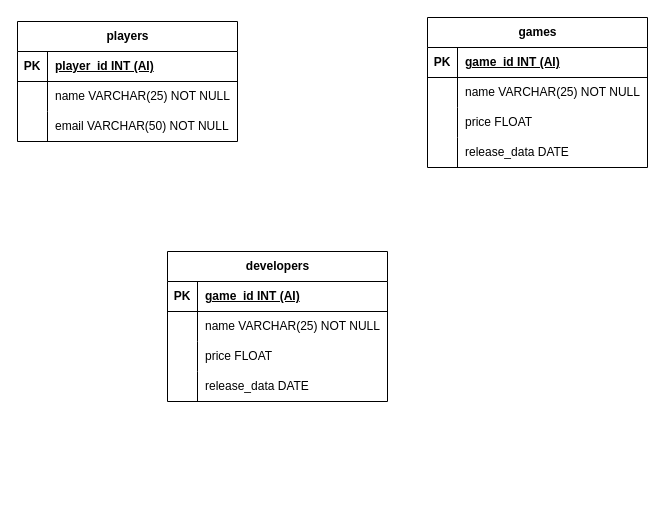
Above: livecodeP3W4.drawio in suryasaputra2016/YourFirstSite (draw.io), before the change. Source tidied: cells renumbered, new cells numbered last; positions are measured from the earlier drawing's top-left corner, leaving out a move shared by most shapes. Both pictures are drawn from the tidied source at 100%, with x=0, y=0 at pixel (17, 17).
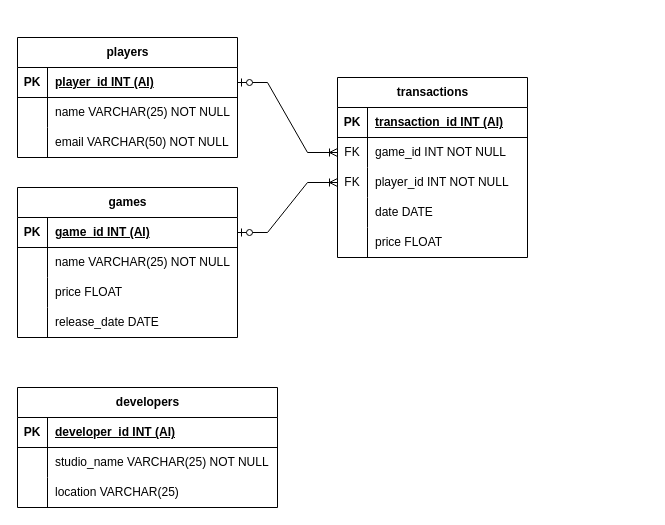
After the change.

Unchanged cells that the change refers to:
```xml
<mxCell id="3" style="shape=tableRow;horizontal=0;startSize=0;swimlaneHead=0;swimlaneBody=0;fillColor=none;points=[[0,0.5],[1,0.5]];portConstraint=eastwest;top=0;left=0;right=0;bottom=1;" parent="2" vertex="1">
  <mxGeometry y="30" width="220" height="30" as="geometry" />
</mxCell>
<mxCell id="12" style="shape=tableRow;horizontal=0;startSize=0;swimlaneHead=0;swimlaneBody=0;fillColor=none;top=0;left=0;right=0;bottom=0;" parent="2" vertex="1">
  <mxGeometry y="120" width="220" height="30" as="geometry" />
</mxCell>
<mxCell id="16" style="shape=tableRow;horizontal=0;startSize=0;swimlaneHead=0;swimlaneBody=0;fillColor=none;points=[[0,0.5],[1,0.5]];portConstraint=eastwest;top=0;left=0;right=0;bottom=1;" parent="15" vertex="1">
  <mxGeometry y="30" width="220" height="30" as="geometry" />
</mxCell>
```

What changed in the source:
```diff
@@
     <mxCell id="2" value="games" style="shape=table;startSize=30;childLayout=tableLayout;rowLines=0;fontStyle=1;align=center;html=1;" parent="1" vertex="1">
-      <mxGeometry x="410" width="220" height="150" as="geometry" />
+      <mxGeometry y="170" width="220" height="150" as="geometry" />
     </mxCell>
@@
-    <mxCell id="14" value="release_data DATE" style="shape=partialRectangle;fillColor=none;top=0;left=0;bottom=0;right=0;align=left;spacingLeft=6;overflow=hidden;whiteSpace=wrap;html=1;" parent="12" vertex="1">
+    <mxCell id="14" value="release_date DATE" style="shape=partialRectangle;fillColor=none;top=0;left=0;bottom=0;right=0;align=left;spacingLeft=6;overflow=hidden;whiteSpace=wrap;html=1;" parent="12" vertex="1">
       <mxGeometry x="30" width="190" height="30" as="geometry" />
     </mxCell>
     <mxCell id="15" value="players" style="shape=table;startSize=30;childLayout=tableLayout;rowLines=0;fontStyle=1;align=center;html=1;" parent="1" vertex="1">
-      <mxGeometry y="4" width="220" height="120" as="geometry" />
+      <mxGeometry y="20" width="220" height="120" as="geometry" />
     </mxCell>
@@
     <mxCell id="25" value="developers" style="shape=table;startSize=30;childLayout=tableLayout;rowLines=0;fontStyle=1;align=center;html=1;" parent="1" vertex="1">
-      <mxGeometry x="150" y="234" width="220" height="150" as="geometry" />
+      <mxGeometry y="370" width="260" height="120" as="geometry" />
     </mxCell>
     <mxCell id="26" style="shape=tableRow;horizontal=0;startSize=0;swimlaneHead=0;swimlaneBody=0;fillColor=none;top=0;left=0;right=0;bottom=1;" parent="25" vertex="1">
-      <mxGeometry y="30" width="220" height="30" as="geometry" />
+      <mxGeometry y="30" width="260" height="30" as="geometry" />
     </mxCell>
@@
-    <mxCell id="28" value="game_id INT (AI)" style="shape=partialRectangle;fillColor=none;top=0;left=0;bottom=0;right=0;align=left;spacingLeft=6;fontStyle=5;overflow=hidden;whiteSpace=wrap;html=1;" parent="26" vertex="1">
-      <mxGeometry x="30" width="190" height="30" as="geometry" />
+    <mxCell id="28" value="developer_id INT (AI)" style="shape=partialRectangle;fillColor=none;top=0;left=0;bottom=0;right=0;align=left;spacingLeft=6;fontStyle=5;overflow=hidden;whiteSpace=wrap;html=1;" parent="26" vertex="1">
+      <mxGeometry x="30" width="230" height="30" as="geometry" />
     </mxCell>
     <mxCell id="29" style="shape=tableRow;horizontal=0;startSize=0;swimlaneHead=0;swimlaneBody=0;fillColor=none;top=0;left=0;right=0;bottom=0;" parent="25" vertex="1">
-      <mxGeometry y="60" width="220" height="30" as="geometry" />
+      <mxGeometry y="60" width="260" height="30" as="geometry" />
     </mxCell>
@@
-    <mxCell id="31" value="name VARCHAR(25) NOT NULL" style="shape=partialRectangle;fillColor=none;top=0;left=0;bottom=0;right=0;align=left;spacingLeft=6;overflow=hidden;whiteSpace=wrap;html=1;" parent="29" vertex="1">
-      <mxGeometry x="30" width="190" height="30" as="geometry" />
+    <mxCell id="31" value="studio_name VARCHAR(25) NOT NULL" style="shape=partialRectangle;fillColor=none;top=0;left=0;bottom=0;right=0;align=left;spacingLeft=6;overflow=hidden;whiteSpace=wrap;html=1;" parent="29" vertex="1">
+      <mxGeometry x="30" width="230" height="30" as="geometry" />
     </mxCell>
     <mxCell id="32" style="shape=tableRow;horizontal=0;startSize=0;swimlaneHead=0;swimlaneBody=0;fillColor=none;top=0;left=0;right=0;bottom=0;" parent="25" vertex="1">
-      <mxGeometry y="90" width="220" height="30" as="geometry" />
+      <mxGeometry y="90" width="260" height="30" as="geometry" />
     </mxCell>
@@
-    <mxCell id="34" value="price FLOAT" style="shape=partialRectangle;fillColor=none;top=0;left=0;bottom=0;right=0;align=left;spacingLeft=6;overflow=hidden;whiteSpace=wrap;html=1;" parent="32" vertex="1">
-      <mxGeometry x="30" width="190" height="30" as="geometry" />
+    <mxCell id="34" value="location VARCHAR(25)" style="shape=partialRectangle;fillColor=none;top=0;left=0;bottom=0;right=0;align=left;spacingLeft=6;overflow=hidden;whiteSpace=wrap;html=1;" parent="32" vertex="1">
+      <mxGeometry x="30" width="230" height="30" as="geometry" />
     </mxCell>
-    <mxCell id="35" style="shape=tableRow;horizontal=0;startSize=0;swimlaneHead=0;swimlaneBody=0;fillColor=none;top=0;left=0;right=0;bottom=0;" parent="25" vertex="1">
-      <mxGeometry y="120" width="220" height="30" as="geometry" />
-    </mxCell>
-    <mxCell id="36" style="shape=partialRectangle;fillColor=none;top=0;left=0;bottom=0;right=0;overflow=hidden;whiteSpace=wrap;html=1;" parent="35" vertex="1">
-      <mxGeometry width="30" height="30" as="geometry" />
-    </mxCell>
-    <mxCell id="37" value="release_data DATE" style="shape=partialRectangle;fillColor=none;top=0;left=0;bottom=0;right=0;align=left;spacingLeft=6;overflow=hidden;whiteSpace=wrap;html=1;" parent="35" vertex="1">
-      <mxGeometry x="30" width="190" height="30" as="geometry" />
-    </mxCell>
+    <mxCell id="38" value="transactions" style="shape=table;startSize=30;childLayout=tableLayout;rowLines=0;fontStyle=1;align=center;html=1;" parent="1" vertex="1">
+      <mxGeometry x="320" y="60" width="190" height="180" as="geometry" />
+    </mxCell>
+    <mxCell id="39" style="shape=tableRow;horizontal=0;startSize=0;swimlaneHead=0;swimlaneBody=0;fillColor=none;top=0;left=0;right=0;bottom=1;" parent="38" vertex="1">
+      <mxGeometry y="30" width="190" height="30" as="geometry" />
+    </mxCell>
+    <mxCell id="40" value="PK" style="shape=partialRectangle;fillColor=none;top=0;left=0;bottom=0;right=0;fontStyle=1;overflow=hidden;whiteSpace=wrap;html=1;" parent="39" vertex="1">
+      <mxGeometry width="30" height="30" as="geometry" />
+    </mxCell>
+    <mxCell id="41" value="transaction_id INT (AI)" style="shape=partialRectangle;fillColor=none;top=0;left=0;bottom=0;right=0;align=left;spacingLeft=6;fontStyle=5;overflow=hidden;whiteSpace=wrap;html=1;" parent="39" vertex="1">
+      <mxGeometry x="30" width="160" height="30" as="geometry" />
+    </mxCell>
+    <mxCell id="42" style="shape=tableRow;horizontal=0;startSize=0;swimlaneHead=0;swimlaneBody=0;fillColor=none;points=[[0,0.5],[1,0.5]];portConstraint=eastwest;top=0;left=0;right=0;bottom=0;" parent="38" vertex="1">
+      <mxGeometry y="60" width="190" height="30" as="geometry" />
+    </mxCell>
+    <mxCell id="43" value="FK" style="shape=partialRectangle;fillColor=none;top=0;left=0;bottom=0;right=0;overflow=hidden;whiteSpace=wrap;html=1;" parent="42" vertex="1">
+      <mxGeometry width="30" height="30" as="geometry" />
+    </mxCell>
+    <mxCell id="44" value="game_id INT NOT NULL" style="shape=partialRectangle;fillColor=none;top=0;left=0;bottom=0;right=0;align=left;spacingLeft=6;overflow=hidden;whiteSpace=wrap;html=1;" parent="42" vertex="1">
+      <mxGeometry x="30" width="160" height="30" as="geometry" />
+    </mxCell>
+    <mxCell id="45" style="shape=tableRow;horizontal=0;startSize=0;swimlaneHead=0;swimlaneBody=0;fillColor=none;points=[[0,0.5],[1,0.5]];portConstraint=eastwest;top=0;left=0;right=0;bottom=0;" parent="38" vertex="1">
+      <mxGeometry y="90" width="190" height="30" as="geometry" />
+    </mxCell>
+    <mxCell id="46" value="FK" style="shape=partialRectangle;fillColor=none;top=0;left=0;bottom=0;right=0;overflow=hidden;whiteSpace=wrap;html=1;" parent="45" vertex="1">
+      <mxGeometry width="30" height="30" as="geometry" />
+    </mxCell>
+    <mxCell id="47" value="player_id INT NOT NULL" style="shape=partialRectangle;fillColor=none;top=0;left=0;bottom=0;right=0;align=left;spacingLeft=6;overflow=hidden;whiteSpace=wrap;html=1;" parent="45" vertex="1">
+      <mxGeometry x="30" width="160" height="30" as="geometry" />
+    </mxCell>
+    <mxCell id="48" style="shape=tableRow;horizontal=0;startSize=0;swimlaneHead=0;swimlaneBody=0;fillColor=none;top=0;left=0;right=0;bottom=0;" parent="38" vertex="1">
+      <mxGeometry y="120" width="190" height="30" as="geometry" />
+    </mxCell>
+    <mxCell id="49" style="shape=partialRectangle;fillColor=none;top=0;left=0;bottom=0;right=0;overflow=hidden;whiteSpace=wrap;html=1;" parent="48" vertex="1">
+      <mxGeometry width="30" height="30" as="geometry" />
+    </mxCell>
+    <mxCell id="50" value="date DATE" style="shape=partialRectangle;fillColor=none;top=0;left=0;bottom=0;right=0;align=left;spacingLeft=6;overflow=hidden;whiteSpace=wrap;html=1;" parent="48" vertex="1">
+      <mxGeometry x="30" width="160" height="30" as="geometry" />
+    </mxCell>
+    <mxCell id="51" style="shape=tableRow;horizontal=0;startSize=0;swimlaneHead=0;swimlaneBody=0;fillColor=none;top=0;left=0;right=0;bottom=0;" parent="38" vertex="1">
+      <mxGeometry y="150" width="190" height="30" as="geometry" />
+    </mxCell>
+    <mxCell id="52" style="shape=partialRectangle;fillColor=none;top=0;left=0;bottom=0;right=0;overflow=hidden;whiteSpace=wrap;html=1;" parent="51" vertex="1">
+      <mxGeometry width="30" height="30" as="geometry" />
+    </mxCell>
+    <mxCell id="53" value="price FLOAT" style="shape=partialRectangle;fillColor=none;top=0;left=0;bottom=0;right=0;align=left;spacingLeft=6;overflow=hidden;whiteSpace=wrap;html=1;" parent="51" vertex="1">
+      <mxGeometry x="30" width="160" height="30" as="geometry" />
+    </mxCell>
+    <mxCell id="54" style="edgeStyle=entityRelationEdgeStyle;fontSize=12;html=1;endArrow=ERoneToMany;startArrow=ERzeroToOne;rounded=0;exitX=1;exitY=0.5;exitDx=0;exitDy=0;entryX=0;entryY=0.5;entryDx=0;entryDy=0;" parent="1" edge="1" source="16" target="42">
+      <mxGeometry relative="1" as="geometry" />
+    </mxCell>
+    <mxCell id="55" style="edgeStyle=entityRelationEdgeStyle;fontSize=12;html=1;endArrow=ERoneToMany;startArrow=ERzeroToOne;rounded=0;exitX=1;exitY=0.5;exitDx=0;exitDy=0;entryX=0;entryY=0.5;entryDx=0;entryDy=0;" parent="1" edge="1" source="3" target="45">
+      <mxGeometry relative="1" as="geometry" />
+    </mxCell>
```
